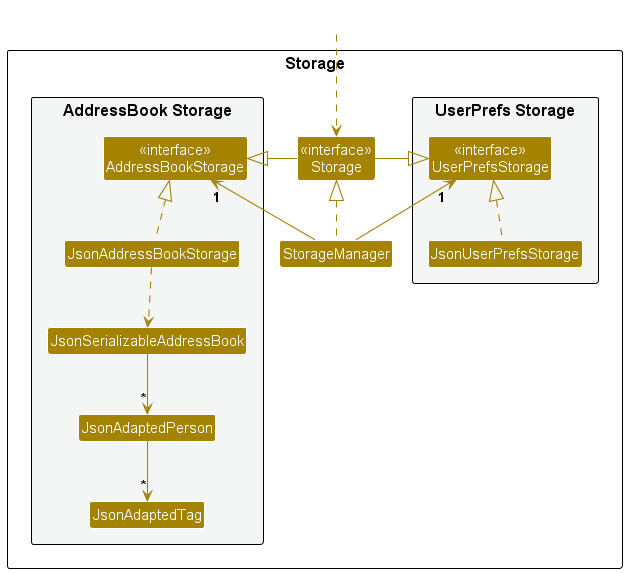
The PlantUML diagram docs/images/StorageClassDiagram.png in nus-cs2103-AY2425S1/tp, before a commit.
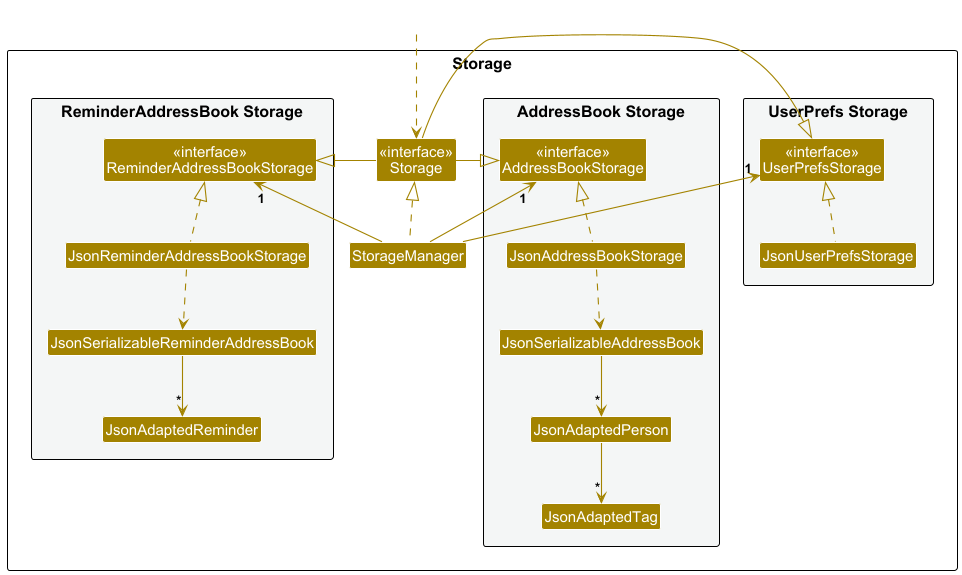
Later version of the same file.

Change to the diagram source:
```diff
@@ -22,6 +22,13 @@
 Class JsonAdaptedTag
 }
 
+package "ReminderAddressBook Storage" #F4F6F6{
+Class "<<interface>>\nReminderAddressBookStorage" as ReminderAddressBookStorage
+Class JsonReminderAddressBookStorage
+Class JsonSerializableReminderAddressBook
+Class JsonAdaptedReminder
+}
+
 }
 
 Class HiddenOutside #FFFFFF
@@ -30,14 +37,20 @@
 StorageManager .up.|> Storage
 StorageManager -up-> "1" UserPrefsStorage
 StorageManager -up-> "1" AddressBookStorage
+StorageManager -left-> "1" ReminderAddressBookStorage
 
 Storage -left-|> UserPrefsStorage
 Storage -right-|> AddressBookStorage
+Storage -left-|> ReminderAddressBookStorage
 
 JsonUserPrefsStorage .up.|> UserPrefsStorage
 JsonAddressBookStorage .up.|> AddressBookStorage
 JsonAddressBookStorage ..> JsonSerializableAddressBook
 JsonSerializableAddressBook --> "*" JsonAdaptedPerson
 JsonAdaptedPerson --> "*" JsonAdaptedTag
+JsonReminderAddressBookStorage .up.|> ReminderAddressBookStorage
+JsonReminderAddressBookStorage ..> JsonSerializableReminderAddressBook
+JsonSerializableReminderAddressBook --> "*" JsonAdaptedReminder
+
 
 @enduml
```
